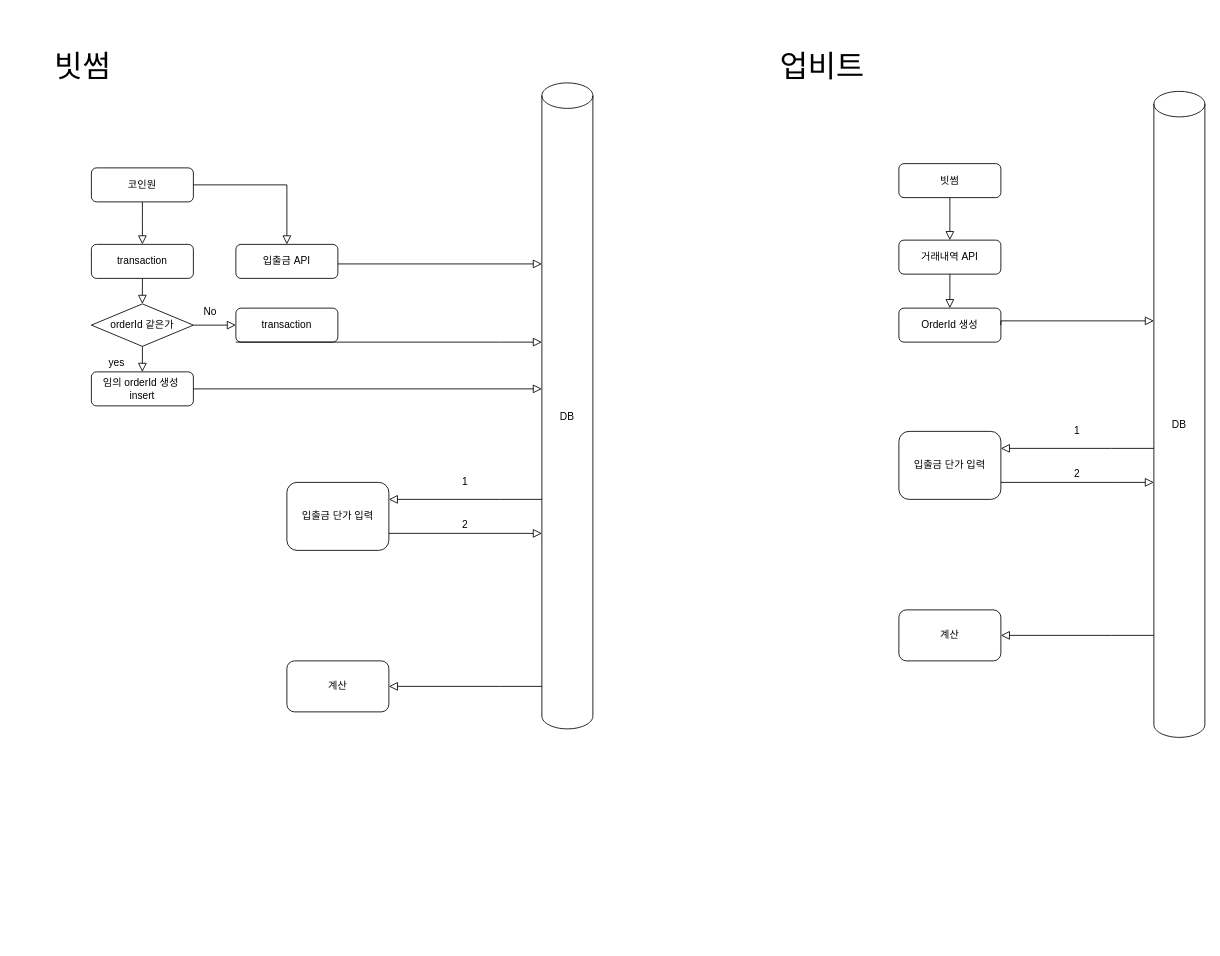
The draw.io diagram Untitled Diagram.drawio in sh6137/pknu, before the edit. Source tidied: cells renumbered, new cells numbered last; positions are measured from the earlier drawing's top-left corner, leaving out a move shared by most shapes. Both pictures are drawn from the tidied source at 85%, with x=0, y=0 at pixel (14, 31).
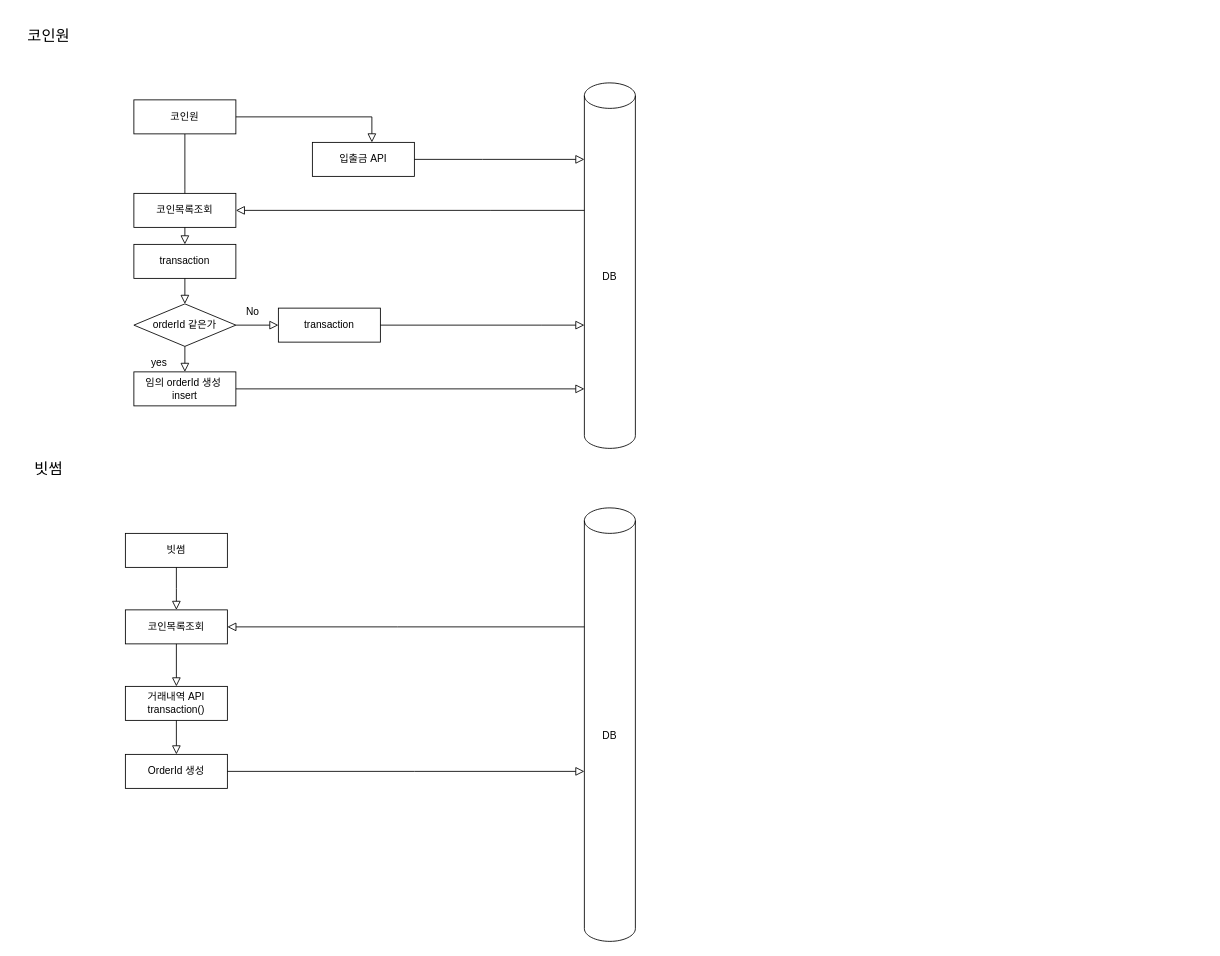
Above is the later version.

The edit, as a diff of the source:
```diff
@@
     <mxCell id="2" style="rounded=0;html=1;jettySize=auto;fontSize=11;endArrow=block;endFill=0;endSize=8;strokeWidth=1;shadow=0;labelBackgroundColor=none;edgeStyle=orthogonalEdgeStyle;" parent="1" edge="1" source="3">
       <mxGeometry relative="1" as="geometry">
-        <mxPoint x="150" y="250" as="targetPoint" />
+        <mxPoint x="200" y="250" as="targetPoint" />
       </mxGeometry>
     </mxCell>
-    <mxCell id="3" value="코인원" style="rounded=1;whiteSpace=wrap;html=1;fontSize=12;glass=0;strokeWidth=1;shadow=0;" parent="1" vertex="1">
-      <mxGeometry x="90" y="160" width="120" height="40" as="geometry" />
+    <mxCell id="3" value="코인원" style="rounded=0;whiteSpace=wrap;html=1;" parent="1" vertex="1">
+      <mxGeometry x="140" y="80" width="120" height="40" as="geometry" />
     </mxCell>
-    <mxCell id="4" value="transaction" style="rounded=1;whiteSpace=wrap;html=1;fontSize=12;glass=0;strokeWidth=1;shadow=0;" parent="1" vertex="1">
-      <mxGeometry x="90" y="250" width="120" height="40" as="geometry" />
+    <mxCell id="4" value="transaction" style="rounded=0;whiteSpace=wrap;html=1;" parent="1" vertex="1">
+      <mxGeometry x="140" y="250" width="120" height="40" as="geometry" />
     </mxCell>
     <mxCell id="5" value="DB" style="shape=cylinder3;whiteSpace=wrap;html=1;boundedLbl=1;backgroundOutline=1;size=15;" parent="1" vertex="1">
-      <mxGeometry x="620" y="60" width="60" height="760" as="geometry" />
+      <mxGeometry x="670" y="60" width="60" height="430" as="geometry" />
     </mxCell>
-    <mxCell id="6" style="rounded=0;html=1;jettySize=auto;fontSize=11;endArrow=block;endFill=0;endSize=8;strokeWidth=1;shadow=0;labelBackgroundColor=none;edgeStyle=orthogonalEdgeStyle;exitX=1;exitY=0.5;exitDx=0;exitDy=0;entryX=0.5;entryY=0;entryDx=0;entryDy=0;" parent="1" edge="1" source="3" target="7">
+    <mxCell id="6" style="rounded=0;html=1;jettySize=auto;fontSize=11;endArrow=block;endFill=0;endSize=8;strokeWidth=1;shadow=0;labelBackgroundColor=none;edgeStyle=orthogonalEdgeStyle;exitX=1;exitY=0.5;exitDx=0;exitDy=0;" parent="1" edge="1" source="3" target="7">
       <mxGeometry relative="1" as="geometry">
         <Array as="points">
-          <mxPoint x="320" y="180" />
+          <mxPoint x="420" y="100" />
         </Array>
       </mxGeometry>
     </mxCell>
-    <mxCell id="7" value="입출금 API" style="rounded=1;whiteSpace=wrap;html=1;" parent="1" vertex="1">
-      <mxGeometry x="260" y="250" width="120" height="40" as="geometry" />
+    <mxCell id="7" value="입출금 API" style="rounded=0;whiteSpace=wrap;html=1;" parent="1" vertex="1">
+      <mxGeometry x="350" y="130" width="120" height="40" as="geometry" />
     </mxCell>
     <mxCell id="8" value="orderId 같은가" style="rhombus;whiteSpace=wrap;html=1;" parent="1" vertex="1">
-      <mxGeometry x="90" y="320" width="120" height="50" as="geometry" />
+      <mxGeometry x="140" y="320" width="120" height="50" as="geometry" />
     </mxCell>
-    <mxCell id="9" style="rounded=0;html=1;jettySize=auto;fontSize=11;endArrow=block;endFill=0;endSize=8;strokeWidth=1;shadow=0;labelBackgroundColor=none;edgeStyle=orthogonalEdgeStyle;" parent="1" edge="1" source="5">
-      <mxGeometry relative="1" as="geometry">
-        <mxPoint x="440" y="550" as="targetPoint" />
-        <Array as="points">
-          <mxPoint x="570" y="550" />
-          <mxPoint x="570" y="550" />
-        </Array>
-      </mxGeometry>
-    </mxCell>
-    <mxCell id="10" style="rounded=0;html=1;jettySize=auto;orthogonalLoop=1;fontSize=11;endArrow=block;endFill=0;endSize=8;strokeWidth=1;shadow=0;labelBackgroundColor=none;edgeStyle=orthogonalEdgeStyle;exitX=1;exitY=0.75;exitDx=0;exitDy=0;" parent="1" edge="1">
+    <mxCell id="10" style="rounded=0;html=1;jettySize=auto;fontSize=11;endArrow=block;endFill=0;endSize=8;strokeWidth=1;shadow=0;labelBackgroundColor=none;edgeStyle=orthogonalEdgeStyle;exitX=1;exitY=0.5;exitDx=0;exitDy=0;" parent="1" edge="1" source="7" target="5">
       <mxGeometry relative="1" as="geometry">
-        <mxPoint x="380" y="273" as="sourcePoint" />
-        <mxPoint x="620" y="273" as="targetPoint" />
         <Array as="points">
-          <mxPoint x="620" y="273" />
+          <mxPoint x="550" y="150" />
+          <mxPoint x="550" y="150" />
         </Array>
       </mxGeometry>
     </mxCell>
     <mxCell id="11" style="rounded=0;html=1;jettySize=auto;fontSize=11;endArrow=block;endFill=0;endSize=8;strokeWidth=1;shadow=0;labelBackgroundColor=none;edgeStyle=orthogonalEdgeStyle;entryX=0.5;entryY=0;entryDx=0;entryDy=0;" parent="1" edge="1" target="8">
       <mxGeometry relative="1" as="geometry">
-        <mxPoint x="150" y="290" as="sourcePoint" />
+        <mxPoint x="200" y="290" as="sourcePoint" />
       </mxGeometry>
     </mxCell>
-    <mxCell id="12" value="임의 orderId 생성&amp;nbsp;&lt;br&gt;insert" style="rounded=1;whiteSpace=wrap;html=1;fontSize=12;glass=0;strokeWidth=1;shadow=0;" parent="1" vertex="1">
-      <mxGeometry x="90" y="400" width="120" height="40" as="geometry" />
+    <mxCell id="12" value="임의 orderId 생성&amp;nbsp;&lt;br&gt;insert" style="rounded=0;whiteSpace=wrap;html=1;" parent="1" vertex="1">
+      <mxGeometry x="140" y="400" width="120" height="40" as="geometry" />
     </mxCell>
     <mxCell id="13" style="rounded=0;html=1;jettySize=auto;fontSize=11;endArrow=block;endFill=0;endSize=8;strokeWidth=1;shadow=0;labelBackgroundColor=none;edgeStyle=orthogonalEdgeStyle;entryX=0.5;entryY=0;entryDx=0;entryDy=0;" parent="1" edge="1" target="12">
       <mxGeometry relative="1" as="geometry">
-        <mxPoint x="150" y="370" as="sourcePoint" />
+        <mxPoint x="200" y="370" as="sourcePoint" />
       </mxGeometry>
     </mxCell>
-    <mxCell id="14" value="transaction" style="rounded=1;whiteSpace=wrap;html=1;fontSize=12;glass=0;strokeWidth=1;shadow=0;" parent="1" vertex="1">
-      <mxGeometry x="260" y="325" width="120" height="40" as="geometry" />
+    <mxCell id="14" value="transaction" style="rounded=0;whiteSpace=wrap;html=1;" parent="1" vertex="1">
+      <mxGeometry x="310" y="325" width="120" height="40" as="geometry" />
     </mxCell>
@@
-    <mxCell id="16" style="rounded=0;html=1;jettySize=auto;orthogonalLoop=1;fontSize=11;endArrow=block;endFill=0;endSize=8;strokeWidth=1;shadow=0;labelBackgroundColor=none;edgeStyle=orthogonalEdgeStyle;exitX=1;exitY=0.75;exitDx=0;exitDy=0;" parent="1" edge="1">
+    <mxCell id="16" style="rounded=0;html=1;jettySize=auto;fontSize=11;endArrow=block;endFill=0;endSize=8;strokeWidth=1;shadow=0;labelBackgroundColor=none;edgeStyle=orthogonalEdgeStyle;exitX=1;exitY=0.5;exitDx=0;exitDy=0;" parent="1" edge="1" source="14" target="5">
       <mxGeometry relative="1" as="geometry">
-        <mxPoint x="260" y="365" as="sourcePoint" />
-        <mxPoint x="620" y="365" as="targetPoint" />
         <Array as="points">
-          <mxPoint x="570" y="365" />
-          <mxPoint x="570" y="365" />
+          <mxPoint x="620" y="345" />
+          <mxPoint x="620" y="345" />
         </Array>
       </mxGeometry>
     </mxCell>
     <mxCell id="17" value="yes" style="text;html=1;strokeColor=none;fillColor=none;align=center;verticalAlign=middle;whiteSpace=wrap;rounded=0;" parent="1" vertex="1">
-      <mxGeometry x="100" y="380" width="40" height="20" as="geometry" />
+      <mxGeometry x="150" y="380" width="40" height="20" as="geometry" />
     </mxCell>
     <mxCell id="18" value="No" style="text;html=1;strokeColor=none;fillColor=none;align=center;verticalAlign=middle;whiteSpace=wrap;rounded=0;" parent="1" vertex="1">
-      <mxGeometry x="210" y="320" width="40" height="20" as="geometry" />
+      <mxGeometry x="260" y="320" width="40" height="20" as="geometry" />
     </mxCell>
     <mxCell id="19" style="rounded=0;html=1;jettySize=auto;fontSize=11;endArrow=block;endFill=0;endSize=8;strokeWidth=1;shadow=0;labelBackgroundColor=none;edgeStyle=orthogonalEdgeStyle;exitX=1;exitY=0.5;exitDx=0;exitDy=0;" parent="1" edge="1" source="12">
       <mxGeometry relative="1" as="geometry">
-        <mxPoint x="620" y="420" as="targetPoint" />
+        <mxPoint x="670" y="420" as="targetPoint" />
         <Array as="points">
-          <mxPoint x="620" y="420" />
+          <mxPoint x="670" y="420" />
         </Array>
       </mxGeometry>
     </mxCell>
-    <mxCell id="20" value="입출금 단가 입력" style="rounded=1;whiteSpace=wrap;html=1;fontSize=12;glass=0;strokeWidth=1;shadow=0;" parent="1" vertex="1">
-      <mxGeometry x="320" y="530" width="120" height="80" as="geometry" />
-    </mxCell>
-    <mxCell id="21" value="1" style="text;html=1;strokeColor=none;fillColor=none;align=center;verticalAlign=middle;whiteSpace=wrap;rounded=0;" parent="1" vertex="1">
-      <mxGeometry x="510" y="520" width="40" height="20" as="geometry" />
-    </mxCell>
-    <mxCell id="22" style="rounded=0;html=1;jettySize=auto;fontSize=11;endArrow=block;endFill=0;endSize=8;strokeWidth=1;shadow=0;labelBackgroundColor=none;edgeStyle=orthogonalEdgeStyle;exitX=1;exitY=0.75;exitDx=0;exitDy=0;" parent="1" edge="1" source="20" target="5">
-      <mxGeometry relative="1" as="geometry">
-        <Array as="points">
-          <mxPoint x="580" y="590" />
-          <mxPoint x="580" y="590" />
-        </Array>
-      </mxGeometry>
-    </mxCell>
-    <mxCell id="23" value="2" style="text;html=1;strokeColor=none;fillColor=none;align=center;verticalAlign=middle;whiteSpace=wrap;rounded=0;" parent="1" vertex="1">
-      <mxGeometry x="510" y="570" width="40" height="20" as="geometry" />
-    </mxCell>
-    <mxCell id="24" style="rounded=0;html=1;jettySize=auto;fontSize=11;endArrow=block;endFill=0;endSize=8;strokeWidth=1;shadow=0;labelBackgroundColor=none;edgeStyle=orthogonalEdgeStyle;" parent="1" edge="1" target="25">
-      <mxGeometry relative="1" as="geometry">
-        <mxPoint x="620" y="770" as="sourcePoint" />
-        <Array as="points">
-          <mxPoint x="570" y="770" />
-          <mxPoint x="570" y="770" />
-        </Array>
-      </mxGeometry>
-    </mxCell>
-    <mxCell id="25" value="계산" style="rounded=1;whiteSpace=wrap;html=1;" parent="1" vertex="1">
-      <mxGeometry x="320" y="740" width="120" height="60" as="geometry" />
-    </mxCell>
-    <mxCell id="26" value="빗썸" style="rounded=1;whiteSpace=wrap;html=1;fontSize=12;glass=0;strokeWidth=1;shadow=0;" parent="1" vertex="1">
-      <mxGeometry x="1040" y="155" width="120" height="40" as="geometry" />
+    <mxCell id="26" value="빗썸" style="rounded=0;whiteSpace=wrap;html=1;" parent="1" vertex="1">
+      <mxGeometry x="130" y="590" width="120" height="40" as="geometry" />
     </mxCell>
     <mxCell id="27" value="DB" style="shape=cylinder3;whiteSpace=wrap;html=1;boundedLbl=1;backgroundOutline=1;size=15;" parent="1" vertex="1">
-      <mxGeometry x="1340" y="70" width="60" height="760" as="geometry" />
+      <mxGeometry x="670" y="560" width="60" height="510" as="geometry" />
     </mxCell>
-    <mxCell id="28" style="rounded=0;html=1;jettySize=auto;orthogonalLoop=1;fontSize=11;endArrow=block;endFill=0;endSize=8;strokeWidth=1;shadow=0;labelBackgroundColor=none;edgeStyle=orthogonalEdgeStyle;" parent="1" edge="1">
+    <mxCell id="28" style="rounded=0;html=1;jettySize=auto;fontSize=11;endArrow=block;endFill=0;endSize=8;strokeWidth=1;shadow=0;labelBackgroundColor=none;edgeStyle=orthogonalEdgeStyle;" parent="1" edge="1" source="26">
       <mxGeometry relative="1" as="geometry">
-        <mxPoint x="1100" y="195" as="sourcePoint" />
-        <mxPoint x="1100" y="245" as="targetPoint" />
+        <mxPoint x="190" y="680" as="targetPoint" />
       </mxGeometry>
     </mxCell>
-    <mxCell id="29" value="거래내역 API" style="rounded=1;whiteSpace=wrap;html=1;fontSize=12;glass=0;strokeWidth=1;shadow=0;" parent="1" vertex="1">
-      <mxGeometry x="1040" y="245" width="120" height="40" as="geometry" />
+    <mxCell id="29" value="거래내역 API&lt;br&gt;transaction()" style="rounded=0;whiteSpace=wrap;html=1;" parent="1" vertex="1">
+      <mxGeometry x="130" y="770" width="120" height="40" as="geometry" />
     </mxCell>
-    <mxCell id="30" value="OrderId 생성" style="rounded=1;whiteSpace=wrap;html=1;fontSize=12;glass=0;strokeWidth=1;shadow=0;" parent="1" vertex="1">
-      <mxGeometry x="1040" y="325" width="120" height="40" as="geometry" />
+    <mxCell id="30" value="OrderId 생성" style="rounded=0;whiteSpace=wrap;html=1;" parent="1" vertex="1">
+      <mxGeometry x="130" y="850" width="120" height="40" as="geometry" />
     </mxCell>
@@
     <mxCell id="32" style="rounded=0;html=1;jettySize=auto;fontSize=11;endArrow=block;endFill=0;endSize=8;strokeWidth=1;shadow=0;labelBackgroundColor=none;edgeStyle=orthogonalEdgeStyle;exitX=1;exitY=0.5;exitDx=0;exitDy=0;" parent="1" edge="1" source="30" target="27">
       <mxGeometry relative="1" as="geometry">
         <Array as="points">
-          <mxPoint x="1200" y="340" />
-          <mxPoint x="1200" y="340" />
+          <mxPoint x="470" y="870" />
+          <mxPoint x="470" y="870" />
         </Array>
       </mxGeometry>
     </mxCell>
-    <mxCell id="33" style="rounded=0;html=1;jettySize=auto;orthogonalLoop=1;fontSize=11;endArrow=block;endFill=0;endSize=8;strokeWidth=1;shadow=0;labelBackgroundColor=none;edgeStyle=orthogonalEdgeStyle;" parent="1" edge="1">
-      <mxGeometry relative="1" as="geometry">
-        <mxPoint x="1340" y="490" as="sourcePoint" />
-        <mxPoint x="1160" y="490" as="targetPoint" />
-        <Array as="points">
-          <mxPoint x="1290" y="490" />
-          <mxPoint x="1290" y="490" />
-        </Array>
-      </mxGeometry>
-    </mxCell>
-    <mxCell id="34" value="입출금 단가 입력" style="rounded=1;whiteSpace=wrap;html=1;fontSize=12;glass=0;strokeWidth=1;shadow=0;" parent="1" vertex="1">
-      <mxGeometry x="1040" y="470" width="120" height="80" as="geometry" />
-    </mxCell>
-    <mxCell id="35" value="1" style="text;html=1;strokeColor=none;fillColor=none;align=center;verticalAlign=middle;whiteSpace=wrap;rounded=0;" parent="1" vertex="1">
-      <mxGeometry x="1230" y="460" width="40" height="20" as="geometry" />
-    </mxCell>
-    <mxCell id="36" style="rounded=0;html=1;jettySize=auto;fontSize=11;endArrow=block;endFill=0;endSize=8;strokeWidth=1;shadow=0;labelBackgroundColor=none;edgeStyle=orthogonalEdgeStyle;exitX=1;exitY=0.75;exitDx=0;exitDy=0;" parent="1" edge="1" source="34">
-      <mxGeometry relative="1" as="geometry">
-        <mxPoint x="1340" y="530" as="targetPoint" />
-        <Array as="points">
-          <mxPoint x="1300" y="530" />
-          <mxPoint x="1300" y="530" />
-        </Array>
-      </mxGeometry>
-    </mxCell>
-    <mxCell id="37" value="2" style="text;html=1;strokeColor=none;fillColor=none;align=center;verticalAlign=middle;whiteSpace=wrap;rounded=0;" parent="1" vertex="1">
-      <mxGeometry x="1230" y="510" width="40" height="20" as="geometry" />
-    </mxCell>
-    <mxCell id="38" style="rounded=0;html=1;jettySize=auto;fontSize=11;endArrow=block;endFill=0;endSize=8;strokeWidth=1;shadow=0;labelBackgroundColor=none;edgeStyle=orthogonalEdgeStyle;" parent="1" edge="1" target="39">
-      <mxGeometry relative="1" as="geometry">
-        <mxPoint x="1340" y="710" as="sourcePoint" />
-        <Array as="points">
-          <mxPoint x="1290" y="710" />
-          <mxPoint x="1290" y="710" />
-        </Array>
-      </mxGeometry>
-    </mxCell>
-    <mxCell id="39" value="계산" style="rounded=1;whiteSpace=wrap;html=1;" parent="1" vertex="1">
-      <mxGeometry x="1040" y="680" width="120" height="60" as="geometry" />
-    </mxCell>
+    <mxCell id="41" value="&lt;font style=&quot;font-size: 18px&quot;&gt;코인원&lt;/font&gt;" style="text;html=1;strokeColor=none;fillColor=none;align=center;verticalAlign=middle;whiteSpace=wrap;rounded=0;" parent="1" vertex="1">
+      <mxGeometry y="-20" width="80" height="50" as="geometry" />
+    </mxCell>
+    <mxCell id="42" value="코인목록조회" style="rounded=0;whiteSpace=wrap;html=1;" parent="1" vertex="1">
+      <mxGeometry x="140" y="190" width="120" height="40" as="geometry" />
+    </mxCell>
-    <mxCell id="40" value="&lt;span style=&quot;font-size: 36px&quot;&gt;빗썸&lt;/span&gt;" style="text;html=1;strokeColor=none;fillColor=none;align=center;verticalAlign=middle;whiteSpace=wrap;rounded=0;" parent="1" vertex="1">
-      <mxGeometry width="160" height="80" as="geometry" />
+    <mxCell id="40" value="&lt;font style=&quot;font-size: 18px&quot;&gt;빗썸&lt;/font&gt;" style="text;html=1;strokeColor=none;fillColor=none;align=center;verticalAlign=middle;whiteSpace=wrap;rounded=0;" parent="1" vertex="1">
+      <mxGeometry y="490" width="80" height="50" as="geometry" />
     </mxCell>
-    <mxCell id="41" value="&lt;span style=&quot;font-size: 36px&quot;&gt;업비트&lt;/span&gt;" style="text;html=1;strokeColor=none;fillColor=none;align=center;verticalAlign=middle;whiteSpace=wrap;rounded=0;" parent="1" vertex="1">
-      <mxGeometry x="870" width="160" height="80" as="geometry" />
-    </mxCell>
+    <mxCell id="43" value="코인목록조회" style="rounded=0;whiteSpace=wrap;html=1;" parent="1" vertex="1">
+      <mxGeometry x="130" y="680" width="120" height="40" as="geometry" />
+    </mxCell>
+    <mxCell id="44" style="rounded=0;html=1;jettySize=auto;fontSize=11;endArrow=block;endFill=0;endSize=8;strokeWidth=1;shadow=0;labelBackgroundColor=none;edgeStyle=orthogonalEdgeStyle;entryX=1;entryY=0.5;entryDx=0;entryDy=0;" parent="1" edge="1" source="27" target="43">
+      <mxGeometry relative="1" as="geometry">
+        <Array as="points">
+          <mxPoint x="450" y="700" />
+          <mxPoint x="450" y="700" />
+        </Array>
+      </mxGeometry>
+    </mxCell>
+    <mxCell id="45" style="rounded=0;html=1;jettySize=auto;fontSize=11;endArrow=block;endFill=0;endSize=8;strokeWidth=1;shadow=0;labelBackgroundColor=none;edgeStyle=orthogonalEdgeStyle;exitX=0.5;exitY=1;exitDx=0;exitDy=0;entryX=0.5;entryY=0;entryDx=0;entryDy=0;" parent="1" edge="1" source="43" target="29">
+      <mxGeometry relative="1" as="geometry" />
+    </mxCell>
+    <mxCell id="46" style="rounded=0;html=1;jettySize=auto;fontSize=11;endArrow=block;endFill=0;endSize=8;strokeWidth=1;shadow=0;labelBackgroundColor=none;edgeStyle=orthogonalEdgeStyle;entryX=1;entryY=0.5;entryDx=0;entryDy=0;" parent="1" edge="1" source="5" target="42">
+      <mxGeometry relative="1" as="geometry">
+        <Array as="points">
+          <mxPoint x="560" y="210" />
+          <mxPoint x="560" y="210" />
+        </Array>
+      </mxGeometry>
+    </mxCell>
```
